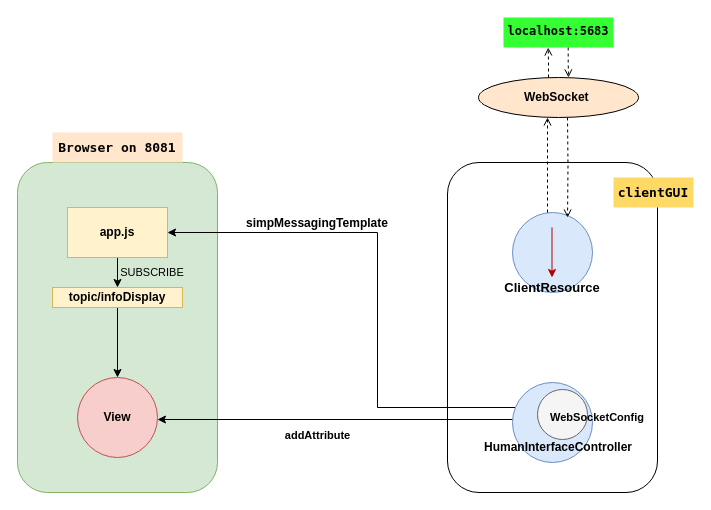
Before: Automated_Car_Parking/sprint_4/it.unibo.ParkManagerService_s4/userDocs/ClientGUI.drawio in LeoManto/Mantovani_Leonardo, a draw.io diagram. Source tidied: cells renumbered, new cells numbered last; positions are measured from the earlier drawing's top-left corner, leaving out a move shared by most shapes. Both pictures are drawn from the tidied source at 100%, with x=0, y=0 at pixel (17, 17).
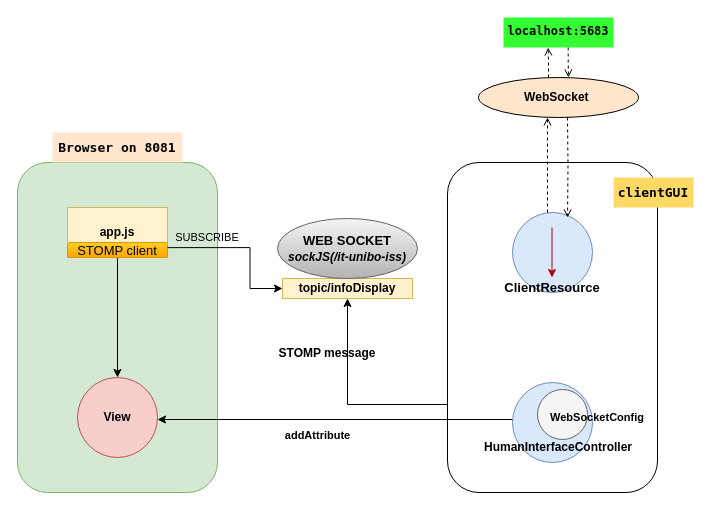
After the change.

Unchanged cells that the change refers to:
```xml
<mxCell id="3" style="rounded=1;whiteSpace=wrap;html=1;fillColor=#d5e8d4;strokeColor=#82b366;" parent="1" vertex="1">
  <mxGeometry y="145" width="200" height="330" as="geometry" />
</mxCell>
<mxCell id="11" style="ellipse;whiteSpace=wrap;html=1;fillColor=#dae8fc;strokeColor=#6c8ebf;" parent="1" vertex="1">
  <mxGeometry x="495" y="365" width="80" height="80" as="geometry" />
</mxCell>
<mxCell id="13" value="&lt;b&gt;View&lt;/b&gt;" style="ellipse;whiteSpace=wrap;html=1;fillColor=#f8cecc;strokeColor=#b85450;" parent="1" vertex="1">
  <mxGeometry x="60" y="360" width="80" height="80" as="geometry" />
</mxCell>
<mxCell id="15" value="&lt;b&gt;app.js&lt;/b&gt;" style="rounded=0;whiteSpace=wrap;html=1;fillColor=#fff2cc;strokeColor=#d6b656;" parent="1" vertex="1">
  <mxGeometry x="50" y="190" width="100" height="50" as="geometry" />
</mxCell>
```

The edit, as a diff of the source:
```diff
@@
-    <mxCell id="10" style="edgeStyle=orthogonalEdgeStyle;rounded=0;jettySize=auto;html=1;entryX=1;entryY=0.5;entryDx=0;entryDy=0;" parent="1" edge="1" source="11" target="15">
-      <mxGeometry relative="1" as="geometry">
-        <Array as="points">
-          <mxPoint x="360" y="390" />
-          <mxPoint x="360" y="215" />
-        </Array>
-      </mxGeometry>
-    </mxCell>
@@
-    <mxCell id="14" style="edgeStyle=orthogonalEdgeStyle;rounded=0;jettySize=auto;html=1;entryX=0.5;entryY=0;entryDx=0;entryDy=0;" parent="1" edge="1" source="15" target="17">
-      <mxGeometry relative="1" as="geometry" />
-    </mxCell>
@@
-    <mxCell id="16" style="edgeStyle=orthogonalEdgeStyle;rounded=0;jettySize=auto;html=1;entryX=0.5;entryY=0;entryDx=0;entryDy=0;fontColor=#000000;" parent="1" edge="1" source="17" target="13">
+    <mxCell id="16" style="edgeStyle=orthogonalEdgeStyle;rounded=0;jettySize=auto;html=1;entryX=0.5;entryY=0;entryDx=0;entryDy=0;fontColor=#000000;exitX=0.5;exitY=1;exitDx=0;exitDy=0;" parent="1" edge="1" source="32" target="13">
       <mxGeometry relative="1" as="geometry" />
     </mxCell>
     <mxCell id="17" value="&lt;b&gt;topic/infoDisplay&lt;/b&gt;" style="rounded=0;whiteSpace=wrap;html=1;fillColor=#fff2cc;strokeColor=#d6b656;" parent="1" vertex="1">
-      <mxGeometry x="35" y="270" width="130" height="20" as="geometry" />
+      <mxGeometry x="265" y="261" width="130" height="20" as="geometry" />
     </mxCell>
-    <mxCell id="18" value="&lt;font style=&quot;font-size: 11px&quot;&gt;SUBSCRIBE&lt;/font&gt;" style="text;html=1;strokeColor=none;fillColor=none;align=center;verticalAlign=middle;whiteSpace=wrap;rounded=0;" parent="1" vertex="1">
-      <mxGeometry x="105" y="240" width="60" height="30" as="geometry" />
-    </mxCell>
-    <mxCell id="19" value="simpMessagingTemplate" style="text;strokeColor=none;fillColor=none;align=center;verticalAlign=middle;rounded=0;labelBackgroundColor=none;fontStyle=1;fontColor=#000000;" parent="1" vertex="1">
-      <mxGeometry x="270" y="190" width="60" height="30" as="geometry" />
-    </mxCell>
@@
+    <mxCell id="30" value="&lt;b&gt;WEB SOCKET&lt;br&gt;&lt;/b&gt;&lt;span style=&quot;font-weight: 700 ; text-align: left&quot;&gt;&lt;font style=&quot;font-size: 12px&quot;&gt;&lt;i&gt;sockJS(/it-unibo-iss)&lt;/i&gt;&lt;/font&gt;&lt;/span&gt;" style="ellipse;whiteSpace=wrap;html=1;labelBackgroundColor=none;fontFamily=Helvetica;fontSize=13;fillColor=#f5f5f5;strokeColor=#666666;gradientColor=#b3b3b3;" parent="1" vertex="1">
+      <mxGeometry x="260" y="201" width="140" height="60" as="geometry" />
+    </mxCell>
+    <mxCell id="31" style="endArrow=classic;html=1;rounded=0;fontFamily=Helvetica;fontSize=13;edgeStyle=orthogonalEdgeStyle;entryX=0.5;entryY=1;entryDx=0;entryDy=0;" parent="1" edge="1" target="17">
+      <mxGeometry relative="1" as="geometry">
+        <mxPoint x="430" y="387" as="sourcePoint" />
+        <Array as="points">
+          <mxPoint x="330" y="387" />
+        </Array>
+      </mxGeometry>
+    </mxCell>
+    <mxCell id="19" value="STOMP message" style="text;strokeColor=none;fillColor=none;align=center;verticalAlign=middle;rounded=0;labelBackgroundColor=none;fontStyle=1;fontColor=#000000;" parent="1" vertex="1">
+      <mxGeometry x="280" y="320" width="60" height="30" as="geometry" />
+    </mxCell>
+    <mxCell id="32" value="STOMP client" style="rounded=1;whiteSpace=wrap;html=1;labelBackgroundColor=none;fontFamily=Helvetica;fontSize=13;gradientColor=#ffa500;fillColor=#ffcd28;strokeColor=#d79b00;" parent="1" vertex="1">
+      <mxGeometry x="50" y="225" width="100" height="15" as="geometry" />
+    </mxCell>
+    <mxCell id="33" style="endArrow=classic;html=1;rounded=0;fontFamily=Helvetica;fontSize=13;edgeStyle=orthogonalEdgeStyle;exitX=0.75;exitY=0.258;exitDx=0;exitDy=0;exitPerimeter=0;entryX=0;entryY=0.5;entryDx=0;entryDy=0;" parent="1" edge="1" source="3" target="17">
+      <mxGeometry relative="1" as="geometry" />
+    </mxCell>
+    <mxCell id="18" value="&lt;font style=&quot;font-size: 11px&quot;&gt;SUBSCRIBE&lt;/font&gt;" style="text;html=1;strokeColor=none;fillColor=none;align=center;verticalAlign=middle;whiteSpace=wrap;rounded=0;" parent="1" vertex="1">
+      <mxGeometry x="160" y="215" width="60" height="10" as="geometry" />
+    </mxCell>
```
